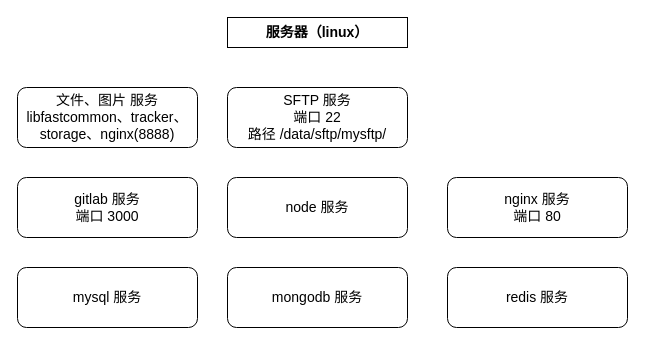
This is 整体系统结构.drawio from 8230459/drawio, a draw.io file, before an edit. Source tidied: cells renumbered, new cells numbered last; positions are measured from the earlier drawing's top-left corner, leaving out a move shared by most shapes. Both pictures are drawn from the tidied source at 100%, with x=0, y=0 at pixel (17, 17).
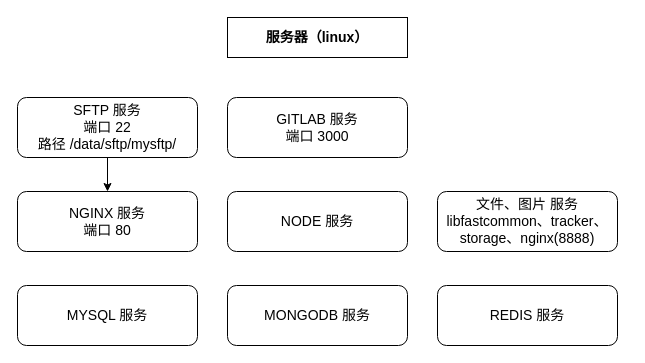
After the change.

Commit message:
Update 整体系统结构.drawio

Change to the diagram source:
```diff
@@
 <mxGraphModel>
   <root>
     <mxCell id="0" />
     <mxCell id="1" parent="0" />
     <mxCell id="2" value="服务器（linux）" style="rounded=0;whiteSpace=wrap;html=1;fontStyle=1;fontSize=14;" parent="1" vertex="1">
-      <mxGeometry x="210" width="180" height="30" as="geometry" />
+      <mxGeometry x="210" width="180" height="40" as="geometry" />
     </mxCell>
     <mxCell id="3" value="文件、图片 服务&#10;libfastcommon、tracker、&#10;storage、nginx(8888)" style="rounded=1;whiteSpace=wrap;strokeWidth=1;fontSize=14;fontStyle=0;fontFamily=Helvetica;verticalAlign=middle;horizontal=1;spacing=0;" parent="1" vertex="1">
-      <mxGeometry y="70" width="180" height="60" as="geometry" />
+      <mxGeometry x="420" y="174" width="180" height="60" as="geometry" />
     </mxCell>
+    <mxCell id="11" style="edgeStyle=orthogonalEdgeStyle;rounded=0;jettySize=auto;html=1;entryX=0.5;entryY=0;entryDx=0;entryDy=0;fontFamily=Helvetica;fontSize=14;" parent="1" edge="1" source="4" target="5">
+      <mxGeometry relative="1" as="geometry" />
+    </mxCell>
     <mxCell id="4" value="SFTP 服务&#10;端口 22&#10;路径 /data/sftp/mysftp/" style="rounded=1;whiteSpace=wrap;strokeWidth=1;fontSize=14;fontStyle=0;fontFamily=Helvetica;verticalAlign=middle;horizontal=1;spacing=0;" parent="1" vertex="1">
-      <mxGeometry x="210" y="70" width="180" height="60" as="geometry" />
+      <mxGeometry y="80" width="180" height="60" as="geometry" />
     </mxCell>
-    <mxCell id="5" value="nginx 服务&#10;端口 80" style="rounded=1;whiteSpace=wrap;strokeWidth=1;fontSize=14;fontStyle=0;fontFamily=Helvetica;verticalAlign=middle;horizontal=1;spacing=0;" parent="1" vertex="1">
-      <mxGeometry x="430" y="160" width="180" height="60" as="geometry" />
+    <mxCell id="5" value="NGINX 服务&#10;端口 80" style="rounded=1;whiteSpace=wrap;strokeWidth=1;fontSize=14;fontStyle=0;fontFamily=Helvetica;verticalAlign=middle;horizontal=1;spacing=0;" parent="1" vertex="1">
+      <mxGeometry y="174" width="180" height="60" as="geometry" />
     </mxCell>
-    <mxCell id="6" value="gitlab 服务&#10;端口 3000" style="rounded=1;whiteSpace=wrap;strokeWidth=1;fontSize=14;fontStyle=0;fontFamily=Helvetica;verticalAlign=middle;horizontal=1;spacing=0;" parent="1" vertex="1">
-      <mxGeometry y="160" width="180" height="60" as="geometry" />
+    <mxCell id="6" value="GITLAB 服务&#10;端口 3000" style="rounded=1;whiteSpace=wrap;strokeWidth=1;fontSize=14;fontStyle=0;fontFamily=Helvetica;verticalAlign=middle;horizontal=1;spacing=0;" parent="1" vertex="1">
+      <mxGeometry x="210" y="80" width="180" height="60" as="geometry" />
     </mxCell>
-    <mxCell id="7" value="node 服务" style="rounded=1;whiteSpace=wrap;strokeWidth=1;fontSize=14;fontStyle=0;fontFamily=Helvetica;verticalAlign=middle;horizontal=1;spacing=0;" parent="1" vertex="1">
-      <mxGeometry x="210" y="160" width="180" height="60" as="geometry" />
+    <mxCell id="7" value="NODE 服务" style="rounded=1;whiteSpace=wrap;strokeWidth=1;fontSize=14;fontStyle=0;fontFamily=Helvetica;verticalAlign=middle;horizontal=1;spacing=0;" parent="1" vertex="1">
+      <mxGeometry x="210" y="174" width="180" height="60" as="geometry" />
     </mxCell>
-    <mxCell id="8" value="redis 服务" style="rounded=1;whiteSpace=wrap;strokeWidth=1;fontSize=14;fontStyle=0;fontFamily=Helvetica;verticalAlign=middle;horizontal=1;spacing=0;" parent="1" vertex="1">
-      <mxGeometry x="430" y="250" width="180" height="60" as="geometry" />
+    <mxCell id="8" value="REDIS 服务" style="rounded=1;whiteSpace=wrap;strokeWidth=1;fontSize=14;fontStyle=0;fontFamily=Helvetica;verticalAlign=middle;horizontal=1;spacing=0;" parent="1" vertex="1">
+      <mxGeometry x="420" y="268" width="180" height="60" as="geometry" />
     </mxCell>
-    <mxCell id="9" value="mongodb 服务" style="rounded=1;whiteSpace=wrap;strokeWidth=1;fontSize=14;fontStyle=0;fontFamily=Helvetica;verticalAlign=middle;horizontal=1;spacing=0;" parent="1" vertex="1">
-      <mxGeometry x="210" y="250" width="180" height="60" as="geometry" />
+    <mxCell id="9" value="MONGODB 服务" style="rounded=1;whiteSpace=wrap;strokeWidth=1;fontSize=14;fontStyle=0;fontFamily=Helvetica;verticalAlign=middle;horizontal=1;spacing=0;" parent="1" vertex="1">
+      <mxGeometry x="210" y="268" width="180" height="60" as="geometry" />
     </mxCell>
-    <mxCell id="10" value="mysql 服务" style="rounded=1;whiteSpace=wrap;strokeWidth=1;fontSize=14;fontStyle=0;fontFamily=Helvetica;verticalAlign=middle;horizontal=1;spacing=0;" parent="1" vertex="1">
-      <mxGeometry y="250" width="180" height="60" as="geometry" />
+    <mxCell id="10" value="MYSQL 服务" style="rounded=1;whiteSpace=wrap;strokeWidth=1;fontSize=14;fontStyle=0;fontFamily=Helvetica;verticalAlign=middle;horizontal=1;spacing=0;" parent="1" vertex="1">
+      <mxGeometry y="268" width="180" height="60" as="geometry" />
     </mxCell>
   </root>
 </mxGraphModel>
```
